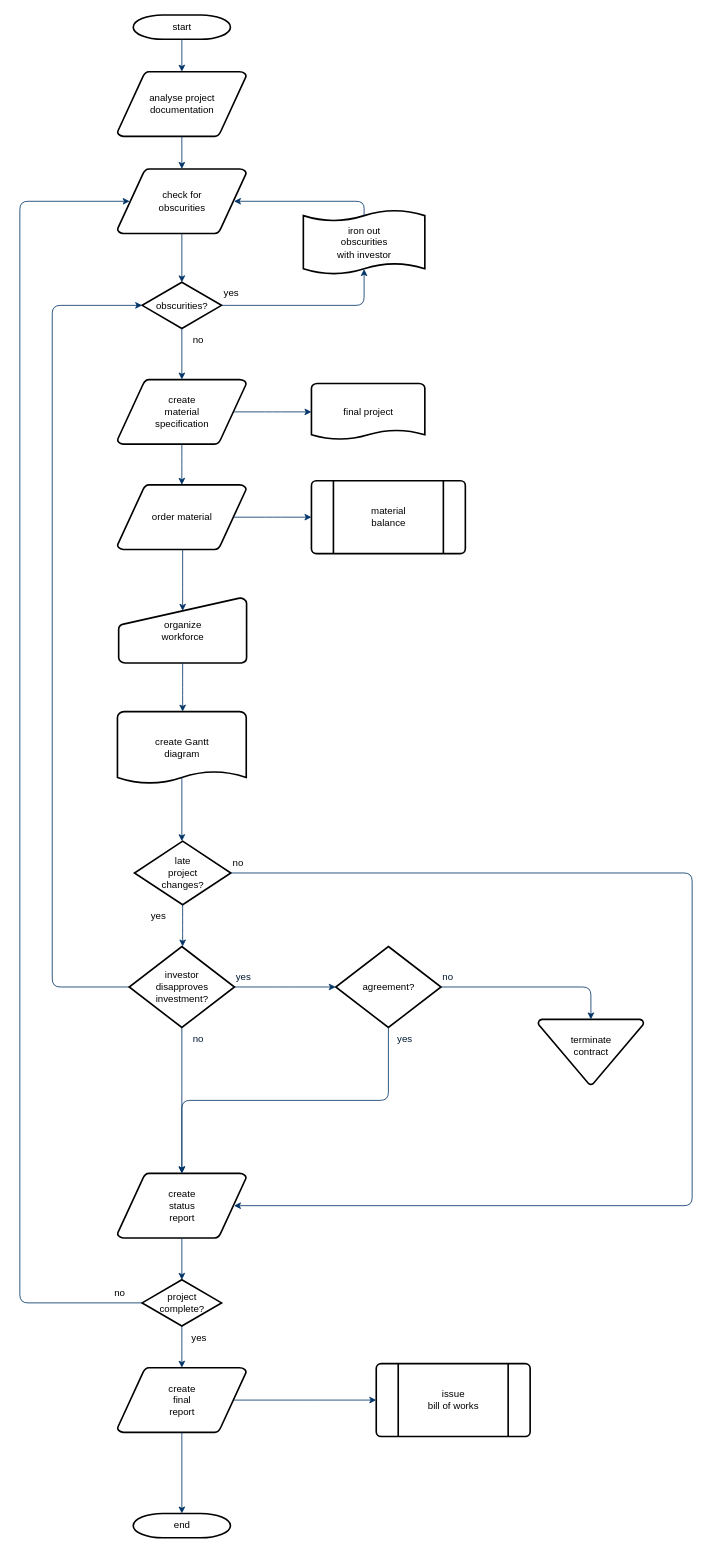
Above: Unavngivet diagram.drawio in A24HX2-EmNiNo/main-repository (draw.io), before the change. Source tidied: cells renumbered, new cells numbered last; positions are measured from the earlier drawing's top-left corner, leaving out a move shared by most shapes. Both pictures are drawn from the tidied source at 81%, with x=0, y=0 at pixel (19, 15).
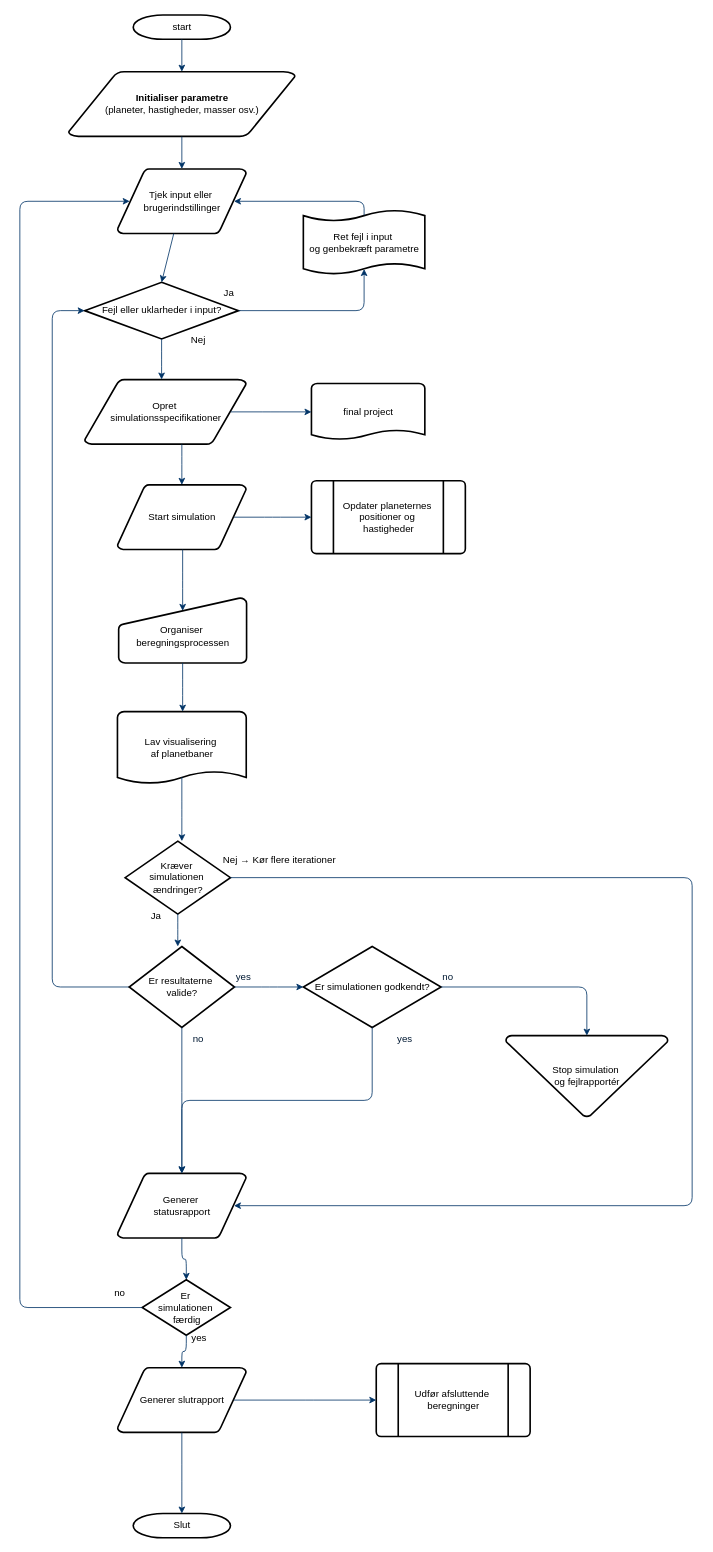
After the change.

Diff of the diagram source:
```diff
@@
-    <mxCell id="3" value="analyse project&#10; documentation" style="shape=mxgraph.flowchart.data;strokeWidth=2;gradientColor=none;gradientDirection=north;fontStyle=0;html=1;" parent="1" vertex="1">
-      <mxGeometry x="120.5" y="70" width="159" height="80" as="geometry" />
+    <mxCell id="3" value="&lt;strong&gt;Initialiser parametre&lt;/strong&gt;&lt;div&gt; (planeter, hastigheder, masser osv.)&lt;/div&gt;" style="shape=mxgraph.flowchart.data;strokeWidth=2;gradientColor=none;gradientDirection=north;fontStyle=0;html=1;" parent="1" vertex="1">
+      <mxGeometry x="60" y="70" width="280" height="80" as="geometry" />
     </mxCell>
-    <mxCell id="4" value="create&#10;material&#10;specification" style="shape=mxgraph.flowchart.data;strokeWidth=2;gradientColor=none;gradientDirection=north;fontStyle=0;html=1;" parent="1" vertex="1">
-      <mxGeometry x="120.5" y="450" width="159" height="80" as="geometry" />
+    <mxCell id="4" value="Opret&amp;nbsp;&lt;div&gt;simulationsspecifikationer&lt;/div&gt;" style="shape=mxgraph.flowchart.data;strokeWidth=2;gradientColor=none;gradientDirection=north;fontStyle=0;html=1;" parent="1" vertex="1">
+      <mxGeometry x="80" y="450" width="199.5" height="80" as="geometry" />
     </mxCell>
-    <mxCell id="5" value="check for&#10;obscurities" style="shape=mxgraph.flowchart.data;strokeWidth=2;gradientColor=none;gradientDirection=north;fontStyle=0;html=1;" parent="1" vertex="1">
+    <mxCell id="5" value="Tjek input eller&amp;nbsp;&lt;div&gt;brugerindstillinger&lt;/div&gt;" style="shape=mxgraph.flowchart.data;strokeWidth=2;gradientColor=none;gradientDirection=north;fontStyle=0;html=1;" parent="1" vertex="1">
       <mxGeometry x="120.5" y="190" width="159" height="80" as="geometry" />
     </mxCell>
-    <mxCell id="6" value="obscurities?" style="shape=mxgraph.flowchart.decision;strokeWidth=2;gradientColor=none;gradientDirection=north;fontStyle=0;html=1;" parent="1" vertex="1">
-      <mxGeometry x="151" y="330" width="98" height="57" as="geometry" />
+    <mxCell id="6" value="Fejl eller uklarheder i input?" style="shape=mxgraph.flowchart.decision;strokeWidth=2;gradientColor=none;gradientDirection=north;fontStyle=0;html=1;" parent="1" vertex="1">
+      <mxGeometry x="80" y="330" width="190" height="70" as="geometry" />
     </mxCell>
@@
-    <mxCell id="11" value="yes" style="text;fontStyle=0;html=1;strokeColor=none;gradientColor=none;fillColor=none;strokeWidth=2;" parent="1" vertex="1">
+    <mxCell id="11" value="Ja" style="text;fontStyle=0;html=1;strokeColor=none;gradientColor=none;fillColor=none;strokeWidth=2;" parent="1" vertex="1">
       <mxGeometry x="250" y="330" width="40" height="26" as="geometry" />
     </mxCell>
@@
-    <mxCell id="13" value="order material" style="shape=mxgraph.flowchart.data;strokeWidth=2;gradientColor=none;gradientDirection=north;fontStyle=0;html=1;" parent="1" vertex="1">
+    <mxCell id="13" value="Start simulation" style="shape=mxgraph.flowchart.data;strokeWidth=2;gradientColor=none;gradientDirection=north;fontStyle=0;html=1;" parent="1" vertex="1">
       <mxGeometry x="120.5" y="580" width="159" height="80" as="geometry" />
     </mxCell>
-    <mxCell id="14" value="no" style="text;fontStyle=0;html=1;strokeColor=none;gradientColor=none;fillColor=none;strokeWidth=2;align=center;" parent="1" vertex="1">
+    <mxCell id="14" value="Nej" style="text;fontStyle=0;html=1;strokeColor=none;gradientColor=none;fillColor=none;strokeWidth=2;align=center;" parent="1" vertex="1">
       <mxGeometry x="200" y="387" width="40" height="26" as="geometry" />
     </mxCell>
@@
-    <mxCell id="18" value="material&#10;balance" style="shape=mxgraph.flowchart.predefined_process;strokeWidth=2;gradientColor=none;gradientDirection=north;fontStyle=0;html=1;" parent="1" vertex="1">
+    <mxCell id="18" value="Opdater planeternes&amp;nbsp;&lt;div&gt;positioner og&amp;nbsp;&lt;/div&gt;&lt;div&gt;hastigheder&lt;/div&gt;" style="shape=mxgraph.flowchart.predefined_process;strokeWidth=2;gradientColor=none;gradientDirection=north;fontStyle=0;html=1;" parent="1" vertex="1">
       <mxGeometry x="360" y="575" width="190" height="90" as="geometry" />
     </mxCell>
@@
-    <mxCell id="20" value="organize &#10;workforce" style="shape=mxgraph.flowchart.manual_input;strokeWidth=2;gradientColor=none;gradientDirection=north;fontStyle=0;html=1;" parent="1" vertex="1">
+    <mxCell id="20" value="&lt;div&gt;&lt;br&gt;&lt;/div&gt;Organiser&amp;nbsp;&lt;div&gt;beregningsprocessen&lt;/div&gt;" style="shape=mxgraph.flowchart.manual_input;strokeWidth=2;gradientColor=none;gradientDirection=north;fontStyle=0;html=1;" parent="1" vertex="1">
       <mxGeometry x="122" y="720" width="158" height="80" as="geometry" />
     </mxCell>
@@
-    <mxCell id="22" value="create Gantt&#10;diagram" style="shape=mxgraph.flowchart.document;strokeWidth=2;gradientColor=none;gradientDirection=north;fontStyle=0;html=1;" parent="1" vertex="1">
+    <mxCell id="22" value="Lav visualisering&amp;nbsp;&lt;div&gt;af planetbaner&lt;/div&gt;" style="shape=mxgraph.flowchart.document;strokeWidth=2;gradientColor=none;gradientDirection=north;fontStyle=0;html=1;" parent="1" vertex="1">
       <mxGeometry x="120.5" y="860" width="159" height="90" as="geometry" />
     </mxCell>
@@
-    <mxCell id="24" value="late&#10;project&#10;changes?" style="shape=mxgraph.flowchart.decision;strokeWidth=2;gradientColor=none;gradientDirection=north;fontStyle=0;html=1;" parent="1" vertex="1">
-      <mxGeometry x="141.5" y="1020" width="119" height="78.5" as="geometry" />
+    <mxCell id="24" value="&lt;div&gt;&lt;span style=&quot;background-color: transparent; color: light-dark(rgb(0, 0, 0), rgb(255, 255, 255));&quot;&gt;Kræver&amp;nbsp;&lt;/span&gt;&lt;/div&gt;&lt;div&gt;simulationen&amp;nbsp;&lt;div&gt;ændringer?&lt;/div&gt;&lt;/div&gt;" style="shape=mxgraph.flowchart.decision;strokeWidth=2;gradientColor=none;gradientDirection=north;fontStyle=0;html=1;" parent="1" vertex="1">
+      <mxGeometry x="130" y="1020" width="130" height="90" as="geometry" />
     </mxCell>
@@
-    <mxCell id="27" value="yes" style="text;fontStyle=0;html=1;strokeColor=none;gradientColor=none;fillColor=none;strokeWidth=2;" parent="1" vertex="1">
+    <mxCell id="27" value="Ja" style="text;fontStyle=0;html=1;strokeColor=none;gradientColor=none;fillColor=none;strokeWidth=2;" parent="1" vertex="1">
       <mxGeometry x="160" y="1098.5" width="40" height="26" as="geometry" />
     </mxCell>
-    <mxCell id="28" value="investor&#10;disapproves&#10; investment?" style="shape=mxgraph.flowchart.decision;strokeWidth=2;gradientColor=none;gradientDirection=north;fontStyle=0;html=1;" parent="1" vertex="1">
+    <mxCell id="28" value="Er resultaterne&amp;nbsp;&lt;div&gt;valide?&lt;/div&gt;" style="shape=mxgraph.flowchart.decision;strokeWidth=2;gradientColor=none;gradientDirection=north;fontStyle=0;html=1;" parent="1" vertex="1">
       <mxGeometry x="135" y="1150" width="130" height="100" as="geometry" />
     </mxCell>
-    <mxCell id="29" value="agreement?" style="shape=mxgraph.flowchart.decision;strokeWidth=2;gradientColor=none;gradientDirection=north;fontStyle=0;html=1;" parent="1" vertex="1">
-      <mxGeometry x="390" y="1150" width="130" height="100" as="geometry" />
+    <mxCell id="29" value="Er simulationen godkendt?" style="shape=mxgraph.flowchart.decision;strokeWidth=2;gradientColor=none;gradientDirection=north;fontStyle=0;html=1;" parent="1" vertex="1">
+      <mxGeometry x="350" y="1150" width="170" height="100" as="geometry" />
     </mxCell>
@@
-    <mxCell id="32" value="terminate&#10;contract&#10;" style="shape=mxgraph.flowchart.merge_or_storage;strokeWidth=2;gradientColor=none;gradientDirection=north;fontStyle=0;html=1;" parent="1" vertex="1">
-      <mxGeometry x="640" y="1240" width="130" height="80.5" as="geometry" />
+    <mxCell id="32" value="Stop simulation&amp;nbsp;&lt;div&gt;og fejlrapportér&lt;/div&gt;" style="shape=mxgraph.flowchart.merge_or_storage;strokeWidth=2;gradientColor=none;gradientDirection=north;fontStyle=0;html=1;" parent="1" vertex="1">
+      <mxGeometry x="600" y="1260" width="200" height="100" as="geometry" />
     </mxCell>
@@
-    <mxCell id="34" value="create&#10;status&#10;report" style="shape=mxgraph.flowchart.data;strokeWidth=2;gradientColor=none;gradientDirection=north;fontStyle=0;html=1;" parent="1" vertex="1">
+    <mxCell id="34" value="Generer&amp;nbsp;&lt;div&gt;statusrapport&lt;/div&gt;" style="shape=mxgraph.flowchart.data;strokeWidth=2;gradientColor=none;gradientDirection=north;fontStyle=0;html=1;" parent="1" vertex="1">
       <mxGeometry x="120.5" y="1430" width="159" height="80" as="geometry" />
     </mxCell>
@@
-    <mxCell id="37" value="project&#10;complete?" style="shape=mxgraph.flowchart.decision;strokeWidth=2;gradientColor=none;gradientDirection=north;fontStyle=0;html=1;" parent="1" vertex="1">
-      <mxGeometry x="151" y="1561.5" width="98" height="57" as="geometry" />
+    <mxCell id="37" value="Er&amp;nbsp;&lt;div&gt;simulationen&amp;nbsp;&lt;div&gt;færdig&lt;/div&gt;&lt;/div&gt;" style="shape=mxgraph.flowchart.decision;strokeWidth=2;gradientColor=none;gradientDirection=north;fontStyle=0;html=1;" parent="1" vertex="1">
+      <mxGeometry x="151" y="1561.5" width="109" height="68.5" as="geometry" />
     </mxCell>
-    <mxCell id="38" value="create&#10;final&#10;report" style="shape=mxgraph.flowchart.data;strokeWidth=2;gradientColor=none;gradientDirection=north;fontStyle=0;html=1;" parent="1" vertex="1">
+    <mxCell id="38" value="Generer slutrapport" style="shape=mxgraph.flowchart.data;strokeWidth=2;gradientColor=none;gradientDirection=north;fontStyle=0;html=1;" parent="1" vertex="1">
       <mxGeometry x="120.5" y="1670" width="159" height="80" as="geometry" />
     </mxCell>
-    <mxCell id="39" value="issue&#10;bill of works" style="shape=mxgraph.flowchart.predefined_process;strokeWidth=2;gradientColor=none;gradientDirection=north;fontStyle=0;html=1;" parent="1" vertex="1">
+    <mxCell id="39" value="Udfør afsluttende&amp;nbsp;&lt;div&gt;beregninger&lt;/div&gt;" style="shape=mxgraph.flowchart.predefined_process;strokeWidth=2;gradientColor=none;gradientDirection=north;fontStyle=0;html=1;" parent="1" vertex="1">
       <mxGeometry x="440" y="1665" width="190" height="90" as="geometry" />
     </mxCell>
-    <mxCell id="40" value="end" style="shape=mxgraph.flowchart.terminator;strokeWidth=2;gradientColor=none;gradientDirection=north;fontStyle=0;html=1;" parent="1" vertex="1">
+    <mxCell id="40" value="Slut" style="shape=mxgraph.flowchart.terminator;strokeWidth=2;gradientColor=none;gradientDirection=north;fontStyle=0;html=1;" parent="1" vertex="1">
       <mxGeometry x="140" y="1850" width="120" height="30" as="geometry" />
     </mxCell>
@@
-    <mxCell id="46" value="no" style="text;fontStyle=0;html=1;strokeColor=none;gradientColor=none;fillColor=none;strokeWidth=2;" parent="1" vertex="1">
-      <mxGeometry x="260.5" y="1033.2" width="40" height="26" as="geometry" />
-    </mxCell>
@@
-    <mxCell id="51" value="iron out&#10;obscurities &#10;with investor" style="shape=mxgraph.flowchart.paper_tape;strokeWidth=2;gradientColor=none;gradientDirection=north;fontStyle=0;html=1;" parent="1" vertex="1">
+    <mxCell id="51" value="Ret fejl i input&amp;nbsp;&lt;div&gt;og genbekræft parametre&lt;/div&gt;" style="shape=mxgraph.flowchart.paper_tape;strokeWidth=2;gradientColor=none;gradientDirection=north;fontStyle=0;html=1;" parent="1" vertex="1">
       <mxGeometry x="350" y="240" width="150" height="81" as="geometry" />
     </mxCell>
@@
+    <mxCell id="56" value="Nej → Kør flere iterationer" style="text;whiteSpace=wrap;html=1;" parent="1" vertex="1">
+      <mxGeometry x="249" y="1030" width="170" height="40" as="geometry" />
+    </mxCell>
```
